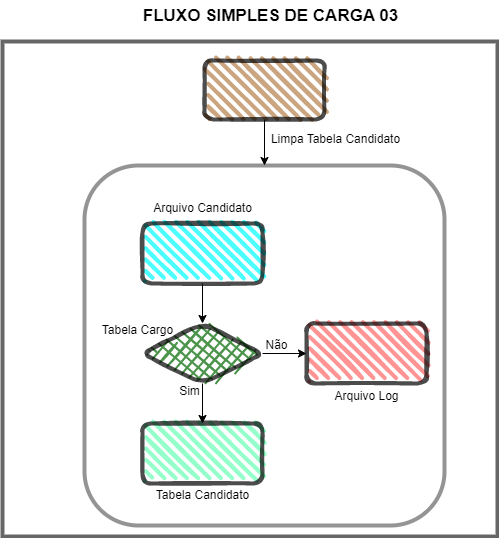
This is Imagens/Diagrama sem nome.drawio.png from dbaassists/Palestra, a draw.io export, as it was before one commit. Source tidied: cells renumbered, new cells last; positions are measured from the earlier drawing's top-left corner, leaving out a move shared by most shapes. Its diagram source:
```xml
<mxGraphModel>
  <root>
    <mxCell id="0" />
    <mxCell id="1" parent="0" />
    <mxCell id="2" style="whiteSpace=wrap;html=1;rounded=0;fillWeight=4;hachureGap=8;hachureAngle=45;jiggle=1;curveFitting=0.95;strokeColor=#666666;strokeWidth=4;fillColor=#FFFFFF;" parent="1" vertex="1">
      <mxGeometry y="40" width="495" height="495" as="geometry" />
    </mxCell>
    <mxCell id="3" value="FLUXO SIMPLES DE CARGA 03" style="text;html=1;align=center;verticalAlign=middle;strokeColor=none;fillColor=default;strokeWidth=2;fontSize=17;fontStyle=1;" parent="1" vertex="1">
      <mxGeometry x="128" width="280" height="30" as="geometry" />
    </mxCell>
    <mxCell id="4" style="whiteSpace=wrap;html=1;rounded=1;shadow=0;glass=0;sketch=0;strokeColor=#666666;strokeWidth=4;fillColor=#FFFFFF;gradientColor=none;opacity=70;" parent="1" vertex="1">
      <mxGeometry x="82" y="164" width="360" height="360" as="geometry" />
    </mxCell>
    <mxCell id="5" style="edgeStyle=orthogonalEdgeStyle;rounded=0;jettySize=auto;html=1;" parent="1" edge="1" source="7" target="8">
      <mxGeometry relative="1" as="geometry" />
    </mxCell>
    <mxCell id="6" style="edgeStyle=orthogonalEdgeStyle;rounded=0;jettySize=auto;html=1;" parent="1" edge="1" source="7" target="11">
      <mxGeometry relative="1" as="geometry" />
    </mxCell>
    <mxCell id="7" style="rhombus;whiteSpace=wrap;html=1;strokeWidth=4;fillWeight=-1;hachureGap=8;fillStyle=cross-hatch;fillColor=#006600;sketch=1;rounded=1;opacity=70;" parent="1" vertex="1">
      <mxGeometry x="140" y="322" width="120" height="60" as="geometry" />
    </mxCell>
    <mxCell id="8" style="rounded=1;whiteSpace=wrap;html=1;strokeWidth=4;fillWeight=4;hachureGap=8;hachureAngle=45;fillColor=#66FFB3;sketch=1;opacity=70;" parent="1" vertex="1">
      <mxGeometry x="140" y="422" width="120" height="60" as="geometry" />
    </mxCell>
    <mxCell id="9" style="edgeStyle=orthogonalEdgeStyle;rounded=0;jettySize=auto;html=1;" parent="1" edge="1" source="10" target="7">
      <mxGeometry relative="1" as="geometry" />
    </mxCell>
    <mxCell id="10" style="rounded=1;whiteSpace=wrap;html=1;strokeWidth=4;fillWeight=4;hachureGap=8;hachureAngle=45;fillColor=#00FFFF;sketch=1;opacity=70;" parent="1" vertex="1">
      <mxGeometry x="140" y="222" width="120" height="60" as="geometry" />
    </mxCell>
    <mxCell id="11" style="rounded=1;whiteSpace=wrap;html=1;strokeWidth=4;fillWeight=4;hachureGap=8;hachureAngle=45;fillColor=#FF6666;sketch=1;opacity=70;" parent="1" vertex="1">
      <mxGeometry x="304" y="322" width="120" height="60" as="geometry" />
    </mxCell>
    <mxCell id="12" value="Tabela Candidato" style="text;html=1;align=center;verticalAlign=middle;strokeColor=none;fillColor=none;rounded=1;" parent="1" vertex="1">
      <mxGeometry x="140" y="479" width="120" height="30" as="geometry" />
    </mxCell>
    <mxCell id="13" value="Arquivo Candidato" style="text;html=1;align=center;verticalAlign=middle;strokeColor=none;fillColor=none;rounded=1;" parent="1" vertex="1">
      <mxGeometry x="140" y="192" width="120" height="30" as="geometry" />
    </mxCell>
    <mxCell id="14" value="Tabela Cargo" style="text;html=1;align=center;verticalAlign=middle;strokeColor=none;fillColor=none;rounded=1;" parent="1" vertex="1">
      <mxGeometry x="90" y="314" width="90" height="30" as="geometry" />
    </mxCell>
    <mxCell id="15" value="Sim" style="text;html=1;align=center;verticalAlign=middle;strokeColor=none;fillColor=none;rounded=1;" parent="1" vertex="1">
      <mxGeometry x="167" y="375" width="40" height="30" as="geometry" />
    </mxCell>
    <mxCell id="16" value="Não" style="text;html=1;align=center;verticalAlign=middle;strokeColor=none;fillColor=none;rounded=1;" parent="1" vertex="1">
      <mxGeometry x="249" y="329" width="50" height="30" as="geometry" />
    </mxCell>
    <mxCell id="17" value="Arquivo Log" style="text;html=1;align=center;verticalAlign=middle;strokeColor=none;fillColor=none;rounded=1;" parent="1" vertex="1">
      <mxGeometry x="319" y="380" width="90" height="30" as="geometry" />
    </mxCell>
    <mxCell id="18" style="edgeStyle=orthogonalEdgeStyle;rounded=0;jettySize=auto;html=1;entryX=0.5;entryY=0;entryDx=0;entryDy=0;" parent="1" edge="1" source="19" target="4">
      <mxGeometry relative="1" as="geometry" />
    </mxCell>
    <mxCell id="19" style="rounded=1;whiteSpace=wrap;html=1;gradientColor=none;sketch=1;curveFitting=0.95;jiggle=1;fillColor=#B57F48;strokeWidth=4;opacity=70;shadow=0;glass=0;fillWeight=4;hachureGap=8;hachureAngle=45;" parent="1" vertex="1">
      <mxGeometry x="202" y="59" width="120" height="59" as="geometry" />
    </mxCell>
    <mxCell id="20" value="Limpa Tabela Candidato" style="text;html=1;align=center;verticalAlign=middle;strokeColor=none;fillColor=none;rounded=1;" parent="1" vertex="1">
      <mxGeometry x="258" y="123" width="150" height="30" as="geometry" />
    </mxCell>
  </root>
</mxGraphModel>
```
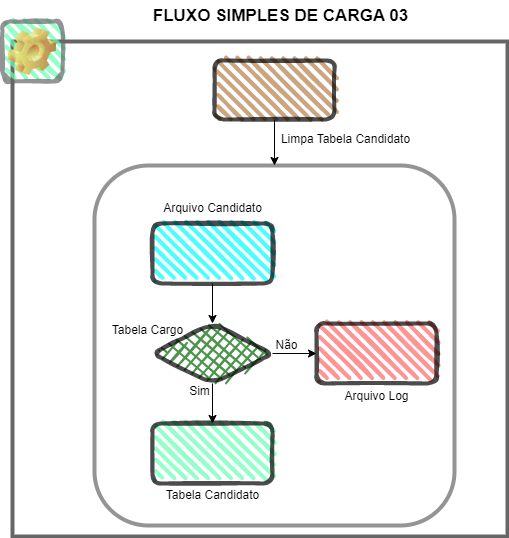
After the commit.

Diff of the diagram source:
```diff
@@ -59,5 +59,8 @@
     <mxCell id="20" value="Limpa Tabela Candidato" style="text;html=1;align=center;verticalAlign=middle;strokeColor=none;fillColor=none;rounded=1;" parent="1" vertex="1">
       <mxGeometry x="258" y="123" width="150" height="30" as="geometry" />
     </mxCell>
+    <mxCell id="21" value="Icon" style="icon;html=1;image=img/clipart/Gear_128x128.png;rounded=1;fillWeight=4;hachureGap=8;hachureAngle=45;strokeColor=#666666;strokeWidth=4;fillColor=#66FFB3;opacity=70;sketch=1;curveFitting=1;jiggle=2;fontColor=#FFFFFF;" parent="1" vertex="1">
+      <mxGeometry x="-10" y="20" width="60" height="60" as="geometry" />
+    </mxCell>
   </root>
 </mxGraphModel>
```
